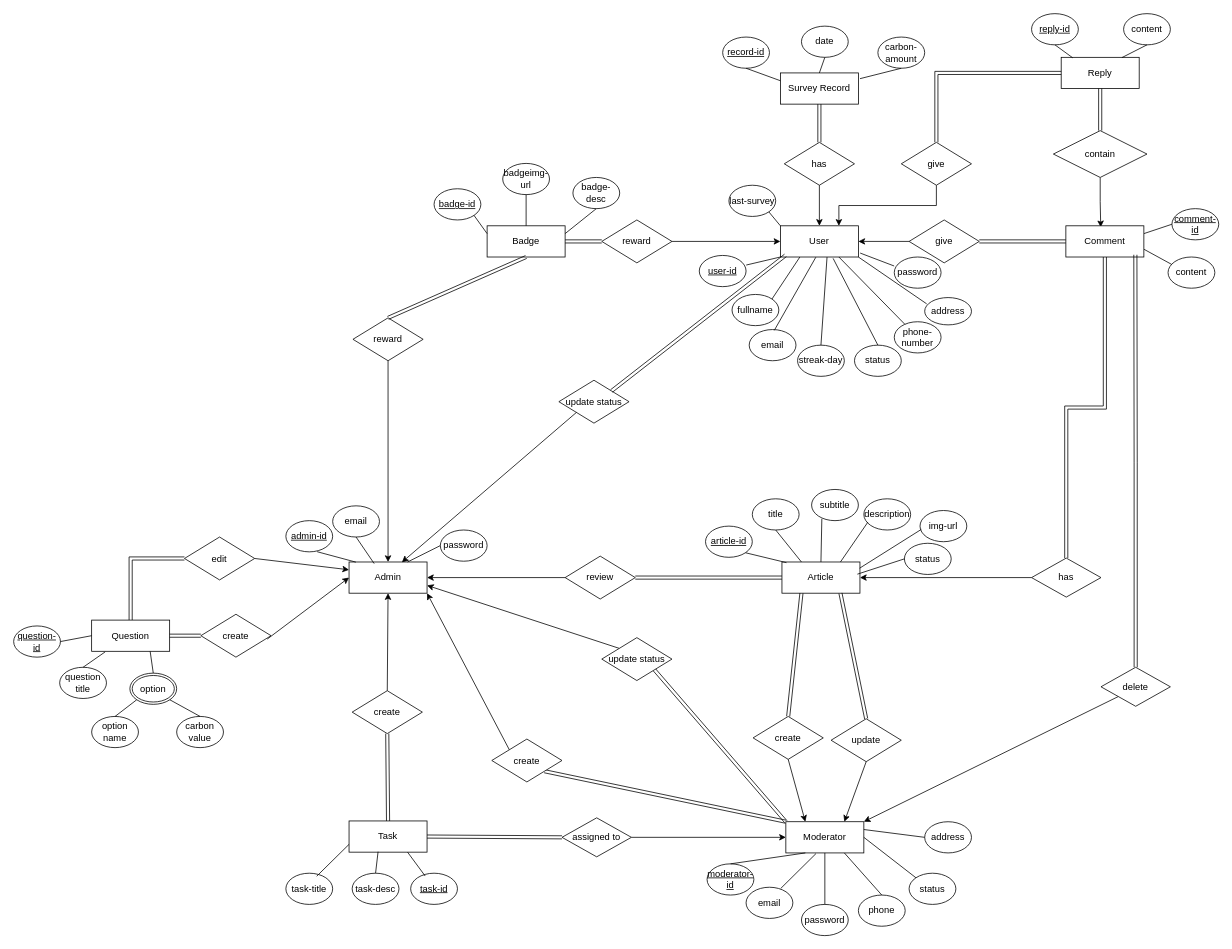
Earlier version of the draw.io diagram carbonTracker.drawio (NoelPOS/carbon-tracker). Source tidied: cells renumbered, new cells numbered last; positions are measured from the earlier drawing's top-left corner, leaving out a move shared by most shapes. Both pictures are drawn from the tidied source at 78%, with x=0, y=0 at pixel (13, 13).
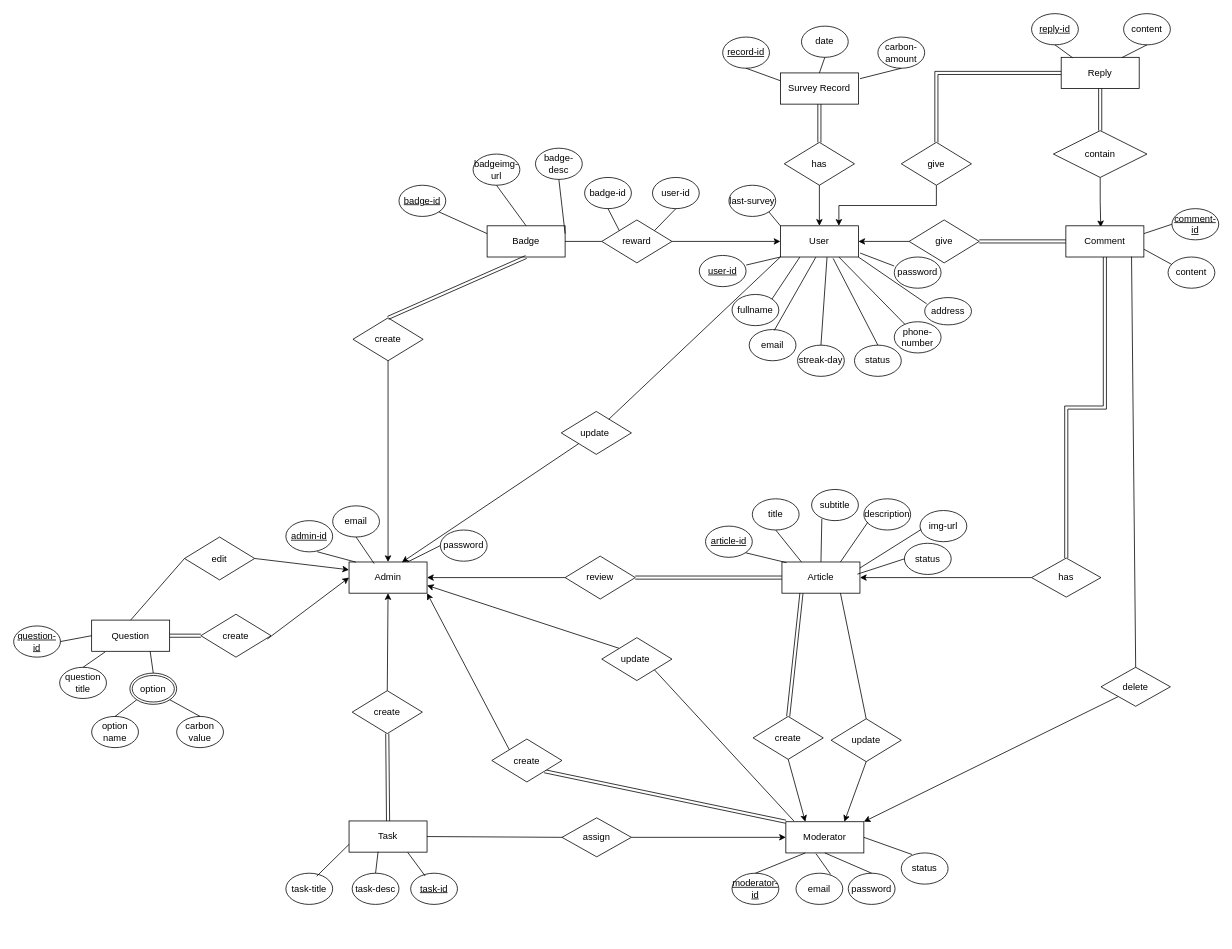
Above is the later version.

Unchanged cells that the change refers to:
```xml
<mxCell id="4" value="Question" style="whiteSpace=wrap;html=1;align=center;" parent="1" vertex="1">
  <mxGeometry x="100" y="777.5" width="100" height="40" as="geometry" />
</mxCell>
<mxCell id="9" value="Task" style="whiteSpace=wrap;html=1;align=center;" parent="1" vertex="1">
  <mxGeometry x="430" y="1035" width="100" height="40" as="geometry" />
</mxCell>
<mxCell id="14" value="Article" style="whiteSpace=wrap;html=1;align=center;" parent="1" vertex="1">
  <mxGeometry x="985" y="703" width="100" height="40" as="geometry" />
</mxCell>
<mxCell id="17" value="Moderator" style="whiteSpace=wrap;html=1;align=center;" parent="1" vertex="1">
  <mxGeometry x="990" y="1036" width="100" height="40" as="geometry" />
</mxCell>
<mxCell id="22" value="update" style="shape=rhombus;perimeter=rhombusPerimeter;whiteSpace=wrap;html=1;align=center;" parent="1" vertex="1">
  <mxGeometry x="1048" y="904" width="90" height="55" as="geometry" />
</mxCell>
<mxCell id="29" value="Badge" style="whiteSpace=wrap;html=1;align=center;" parent="1" vertex="1">
  <mxGeometry x="607" y="272" width="100" height="40" as="geometry" />
</mxCell>
<mxCell id="31" value="User" style="whiteSpace=wrap;html=1;align=center;" parent="1" vertex="1">
  <mxGeometry x="983" y="272" width="100" height="40" as="geometry" />
</mxCell>
<mxCell id="33" value="reward" style="shape=rhombus;perimeter=rhombusPerimeter;whiteSpace=wrap;html=1;align=center;" parent="1" vertex="1">
  <mxGeometry x="754" y="264.5" width="90" height="55" as="geometry" />
</mxCell>
<mxCell id="142" value="Comment" style="whiteSpace=wrap;html=1;align=center;" parent="1" vertex="1">
  <mxGeometry x="1349" y="272" width="100" height="40" as="geometry" />
</mxCell>
<mxCell id="147" value="delete" style="shape=rhombus;perimeter=rhombusPerimeter;whiteSpace=wrap;html=1;align=center;" parent="1" vertex="1">
  <mxGeometry x="1394" y="838" width="89" height="50" as="geometry" />
</mxCell>
<mxCell id="149" value="edit" style="shape=rhombus;perimeter=rhombusPerimeter;whiteSpace=wrap;html=1;align=center;" parent="1" vertex="1">
  <mxGeometry x="219" y="671" width="90" height="55" as="geometry" />
</mxCell>
```

The edit, as a diff of the source:
```diff
@@
-    <mxCell id="3" style="edgeStyle=orthogonalEdgeStyle;rounded=0;jettySize=auto;html=1;exitX=0.5;exitY=0;exitDx=0;exitDy=0;entryX=0;entryY=0.5;entryDx=0;entryDy=0;shape=link;" parent="1" edge="1" source="4" target="149">
-      <mxGeometry relative="1" as="geometry" />
-    </mxCell>
@@
-    <mxCell id="19" value="assigned to" style="shape=rhombus;perimeter=rhombusPerimeter;whiteSpace=wrap;html=1;align=center;" parent="1" vertex="1">
+    <mxCell id="19" value="assign" style="shape=rhombus;perimeter=rhombusPerimeter;whiteSpace=wrap;html=1;align=center;" parent="1" vertex="1">
       <mxGeometry x="703" y="1031" width="89" height="50" as="geometry" />
     </mxCell>
-    <mxCell id="20" style="shape=link;html=1;rounded=0;exitX=1;exitY=0.5;exitDx=0;exitDy=0;entryX=0;entryY=0.5;entryDx=0;entryDy=0;" parent="1" edge="1" source="9" target="19">
-      <mxGeometry relative="1" as="geometry" />
-    </mxCell>
@@
-    <mxCell id="26" style="shape=link;html=1;rounded=0;entryX=0.75;entryY=1;entryDx=0;entryDy=0;exitX=0.5;exitY=0;exitDx=0;exitDy=0;" parent="1" edge="1" source="22" target="14">
-      <mxGeometry relative="1" as="geometry" />
-    </mxCell>
@@
-    <mxCell id="28" value="reward" style="shape=rhombus;perimeter=rhombusPerimeter;whiteSpace=wrap;html=1;align=center;" parent="1" vertex="1">
+    <mxCell id="28" value="create" style="shape=rhombus;perimeter=rhombusPerimeter;whiteSpace=wrap;html=1;align=center;" parent="1" vertex="1">
       <mxGeometry x="435" y="390" width="90" height="55" as="geometry" />
     </mxCell>
@@
-    <mxCell id="34" style="shape=link;html=1;rounded=0;exitX=1;exitY=0.5;exitDx=0;exitDy=0;entryX=0;entryY=0.5;entryDx=0;entryDy=0;" parent="1" edge="1" source="29" target="33">
-      <mxGeometry relative="1" as="geometry" />
-    </mxCell>
@@
     <mxCell id="49" value="moderator-id" style="ellipse;whiteSpace=wrap;html=1;align=center;fontStyle=4;" parent="1" vertex="1">
-      <mxGeometry x="889" y="1090" width="60" height="40" as="geometry" />
+      <mxGeometry x="921" y="1102" width="60" height="40" as="geometry" />
     </mxCell>
@@
     <mxCell id="57" value="badge-id" style="ellipse;whiteSpace=wrap;html=1;align=center;fontStyle=4;" parent="1" vertex="1">
-      <mxGeometry x="539" y="224.5" width="60" height="40" as="geometry" />
+      <mxGeometry x="494" y="220" width="60" height="40" as="geometry" />
     </mxCell>
@@
     <mxCell id="59" value="email" style="ellipse;whiteSpace=wrap;html=1;align=center;" parent="1" vertex="1">
-      <mxGeometry x="939" y="1120" width="60" height="40" as="geometry" />
+      <mxGeometry x="1003" y="1102" width="60" height="40" as="geometry" />
     </mxCell>
-    <mxCell id="60" value="status" style="ellipse;whiteSpace=wrap;html=1;align=center;" parent="1" vertex="1">
-      <mxGeometry x="1148" y="1102" width="60" height="40" as="geometry" />
-    </mxCell>
@@
     <mxCell id="76" value="password" style="ellipse;whiteSpace=wrap;html=1;align=center;" parent="1" vertex="1">
-      <mxGeometry x="1010" y="1142" width="60" height="40" as="geometry" />
+      <mxGeometry x="1070" y="1102" width="60" height="40" as="geometry" />
     </mxCell>
-    <mxCell id="77" value="phone" style="ellipse;whiteSpace=wrap;html=1;align=center;" parent="1" vertex="1">
-      <mxGeometry x="1083" y="1130" width="60" height="40" as="geometry" />
-    </mxCell>
@@
     <mxCell id="87" value="badge-desc" style="ellipse;whiteSpace=wrap;html=1;align=center;" parent="1" vertex="1">
-      <mxGeometry x="717" y="210" width="60" height="40" as="geometry" />
+      <mxGeometry x="669" y="172.5" width="60" height="40" as="geometry" />
     </mxCell>
     <mxCell id="88" value="badgeimg-url" style="ellipse;whiteSpace=wrap;html=1;align=center;" parent="1" vertex="1">
-      <mxGeometry x="627" y="192" width="60" height="40" as="geometry" />
+      <mxGeometry x="589" y="180" width="60" height="40" as="geometry" />
     </mxCell>
@@
-    <mxCell id="90" style="endArrow=none;html=1;rounded=0;entryX=0.75;entryY=1;entryDx=0;entryDy=0;exitX=0.5;exitY=0;exitDx=0;exitDy=0;" parent="1" edge="1" source="77" target="17">
-      <mxGeometry relative="1" as="geometry" />
-    </mxCell>
-    <mxCell id="91" style="endArrow=none;html=1;rounded=0;entryX=1;entryY=0.5;entryDx=0;entryDy=0;exitX=0;exitY=0;exitDx=0;exitDy=0;" parent="1" edge="1" source="60" target="17">
-      <mxGeometry relative="1" as="geometry" />
-    </mxCell>
@@
-    <mxCell id="133" style="rounded=0;jettySize=auto;html=1;exitX=1;exitY=1;exitDx=0;exitDy=0;entryX=0;entryY=0;entryDx=0;entryDy=0;shape=link;" parent="1" edge="1" source="134" target="17">
-      <mxGeometry relative="1" as="geometry" />
-    </mxCell>
-    <mxCell id="134" value="update status" style="shape=rhombus;perimeter=rhombusPerimeter;whiteSpace=wrap;html=1;align=center;" parent="1" vertex="1">
+    <mxCell id="134" value="update&amp;nbsp;" style="shape=rhombus;perimeter=rhombusPerimeter;whiteSpace=wrap;html=1;align=center;" parent="1" vertex="1">
       <mxGeometry x="754" y="800" width="90" height="55" as="geometry" />
     </mxCell>
-    <mxCell id="135" value="address" style="ellipse;whiteSpace=wrap;html=1;align=center;" parent="1" vertex="1">
-      <mxGeometry x="1168" y="1036" width="60" height="40" as="geometry" />
-    </mxCell>
-    <mxCell id="136" style="endArrow=none;html=1;rounded=0;entryX=1;entryY=0.25;entryDx=0;entryDy=0;exitX=0;exitY=0.5;exitDx=0;exitDy=0;" parent="1" edge="1" source="135" target="17">
-      <mxGeometry relative="1" as="geometry" />
-    </mxCell>
-    <mxCell id="137" value="update status" style="shape=rhombus;perimeter=rhombusPerimeter;whiteSpace=wrap;html=1;align=center;" parent="1" vertex="1">
-      <mxGeometry x="699" y="470" width="90" height="55" as="geometry" />
+    <mxCell id="137" value="update&amp;nbsp;" style="shape=rhombus;perimeter=rhombusPerimeter;whiteSpace=wrap;html=1;align=center;" parent="1" vertex="1">
+      <mxGeometry x="702" y="510" width="90" height="55" as="geometry" />
     </mxCell>
@@
-    <mxCell id="139" style="rounded=0;jettySize=auto;html=1;exitX=1;exitY=0;exitDx=0;exitDy=0;entryX=0.065;entryY=0.949;entryDx=0;entryDy=0;entryPerimeter=0;shape=link;" parent="1" edge="1" source="137" target="31">
-      <mxGeometry relative="1" as="geometry" />
-    </mxCell>
@@
+    <mxCell id="34" style="endArrow=none;html=1;rounded=0;entryX=0;entryY=0.5;entryDx=0;entryDy=0;exitX=1;exitY=0.5;exitDx=0;exitDy=0;" parent="1" edge="1" source="29" target="33">
+      <mxGeometry relative="1" as="geometry" />
+    </mxCell>
+    <mxCell id="3" style="endArrow=none;html=1;rounded=0;entryX=0;entryY=0.5;entryDx=0;entryDy=0;exitX=0.5;exitY=0;exitDx=0;exitDy=0;" parent="1" edge="1" source="4" target="149">
+      <mxGeometry relative="1" as="geometry" />
+    </mxCell>
+    <mxCell id="20" style="endArrow=none;html=1;rounded=0;entryX=0;entryY=0.5;entryDx=0;entryDy=0;exitX=1;exitY=0.5;exitDx=0;exitDy=0;" parent="1" edge="1" source="9" target="19">
+      <mxGeometry relative="1" as="geometry" />
+    </mxCell>
+    <mxCell id="151" style="endArrow=none;html=1;rounded=0;entryX=1;entryY=1;entryDx=0;entryDy=0;exitX=0.103;exitY=-0.024;exitDx=0;exitDy=0;exitPerimeter=0;" parent="1" edge="1" source="17" target="134">
+      <mxGeometry relative="1" as="geometry" />
+    </mxCell>
+    <mxCell id="26" style="endArrow=none;html=1;rounded=0;entryX=0.75;entryY=1;entryDx=0;entryDy=0;exitX=0.5;exitY=0;exitDx=0;exitDy=0;" parent="1" edge="1" source="22" target="14">
+      <mxGeometry relative="1" as="geometry" />
+    </mxCell>
-    <mxCell id="150" style="edgeStyle=orthogonalEdgeStyle;rounded=0;jettySize=auto;html=1;exitX=0.5;exitY=0;exitDx=0;exitDy=0;entryX=0.891;entryY=0.928;entryDx=0;entryDy=0;entryPerimeter=0;shape=link;" parent="1" edge="1" source="147" target="142">
+    <mxCell id="150" style="endArrow=none;html=1;rounded=0;entryX=0.842;entryY=0.991;entryDx=0;entryDy=0;entryPerimeter=0;exitX=0.5;exitY=0;exitDx=0;exitDy=0;" parent="1" edge="1" source="147" target="142">
       <mxGeometry relative="1" as="geometry" />
     </mxCell>
+    <mxCell id="139" style="endArrow=none;html=1;rounded=0;exitX=0.678;exitY=0.182;exitDx=0;exitDy=0;exitPerimeter=0;entryX=0;entryY=1;entryDx=0;entryDy=0;" parent="1" edge="1" source="137" target="31">
+      <mxGeometry relative="1" as="geometry" />
+    </mxCell>
+    <mxCell id="152" value="badge-id" style="ellipse;whiteSpace=wrap;html=1;align=center;" parent="1" vertex="1">
+      <mxGeometry x="732" y="210" width="60" height="40" as="geometry" />
+    </mxCell>
+    <mxCell id="153" value="user-id" style="ellipse;whiteSpace=wrap;html=1;align=center;" parent="1" vertex="1">
+      <mxGeometry x="819" y="210" width="60" height="40" as="geometry" />
+    </mxCell>
+    <mxCell id="154" style="endArrow=none;html=1;rounded=0;entryX=0.5;entryY=1;entryDx=0;entryDy=0;exitX=1;exitY=0;exitDx=0;exitDy=0;" parent="1" edge="1" source="33" target="153">
+      <mxGeometry relative="1" as="geometry" />
+    </mxCell>
+    <mxCell id="155" style="endArrow=none;html=1;rounded=0;entryX=0.5;entryY=1;entryDx=0;entryDy=0;exitX=0;exitY=0;exitDx=0;exitDy=0;" parent="1" edge="1" source="33" target="152">
+      <mxGeometry relative="1" as="geometry" />
+    </mxCell>
+    <mxCell id="60" value="status" style="ellipse;whiteSpace=wrap;html=1;align=center;" parent="1" vertex="1">
+      <mxGeometry x="1138" y="1076" width="60" height="40" as="geometry" />
+    </mxCell>
+    <mxCell id="91" style="endArrow=none;html=1;rounded=0;entryX=1;entryY=0.5;entryDx=0;entryDy=0;exitX=0.229;exitY=0.05;exitDx=0;exitDy=0;exitPerimeter=0;" parent="1" edge="1" source="60" target="17">
+      <mxGeometry relative="1" as="geometry" />
+    </mxCell>
```
